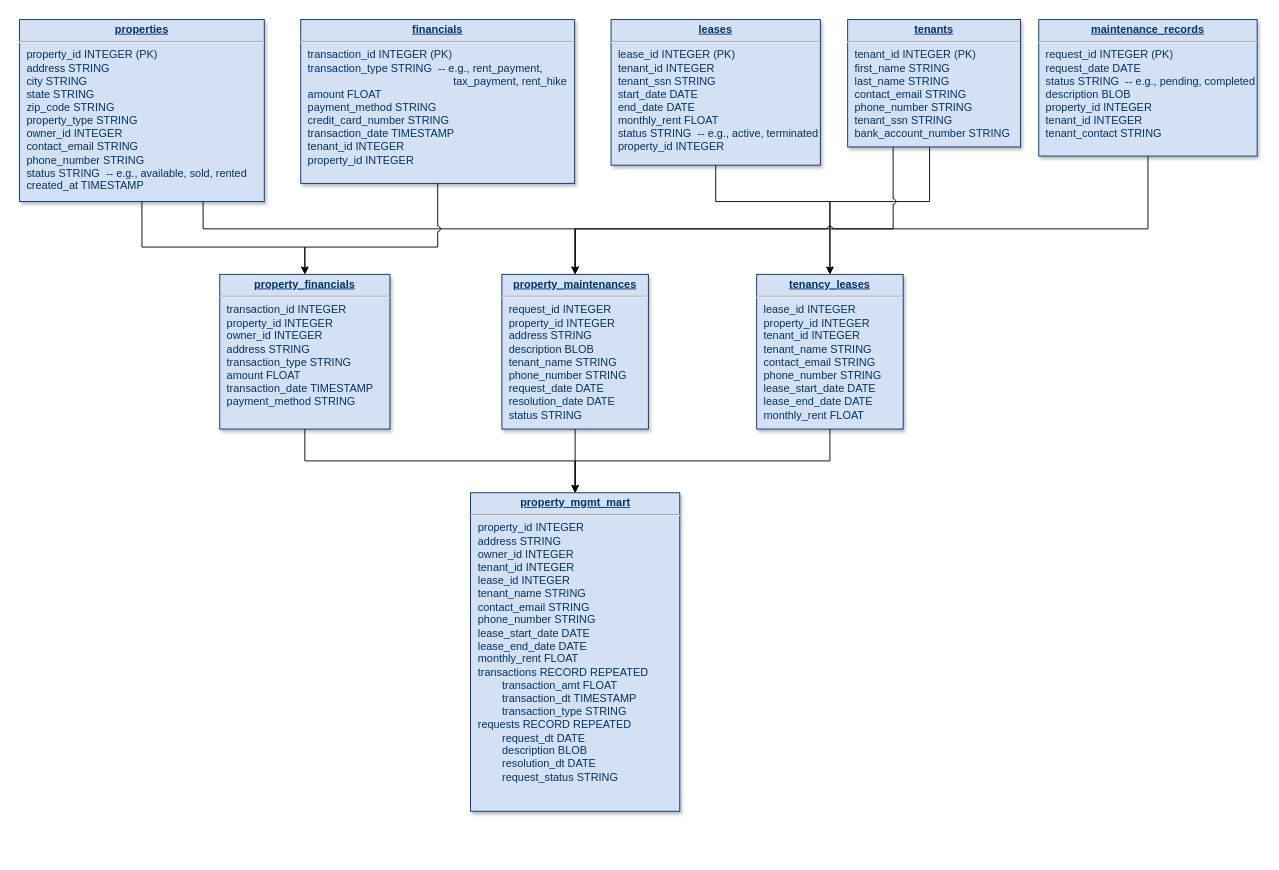
harshaldharme/ProjectSpaces keeps this draw.io diagram as PFP-Sample/PFP-Data-Model.drawio. Above is the earlier version. Source tidied: cells renumbered, new cells numbered last; positions are measured from the earlier drawing's top-left corner, leaving out a move shared by most shapes. Both pictures are drawn from the tidied source at 91%, with x=0, y=0 at pixel (19, 19).
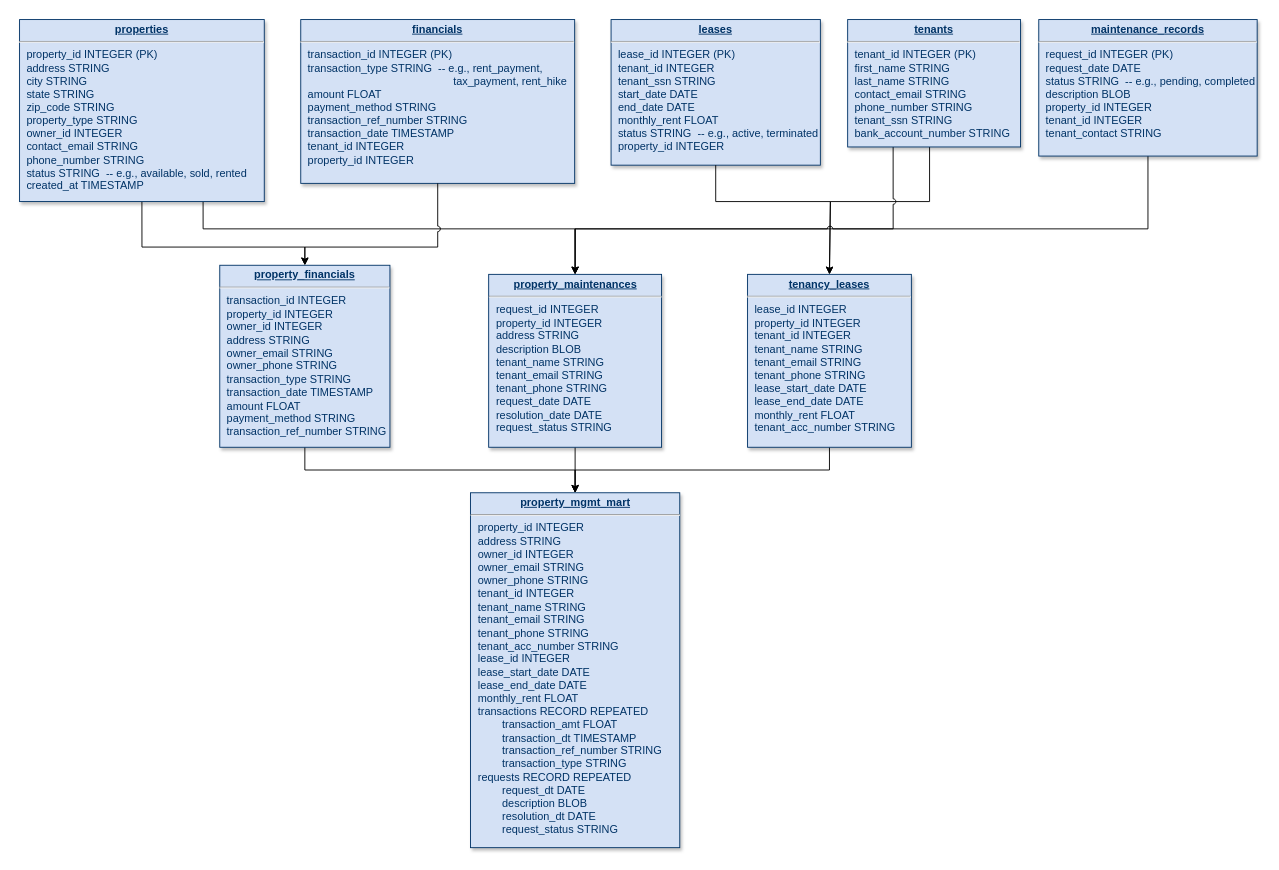
The same page after the edit.

The edit, as a diff of the source:
```diff
@@
-    <mxCell id="9" value="&lt;p style=&quot;margin: 0px; margin-top: 4px; text-align: center; text-decoration: underline;&quot;&gt;&lt;b&gt;financials&lt;/b&gt;&lt;/p&gt;&lt;hr&gt;&lt;p style=&quot;margin: 0px; margin-left: 8px;&quot;&gt;transaction_id INTEGER (PK)&lt;/p&gt;&lt;p style=&quot;margin: 0px; margin-left: 8px;&quot;&gt;transaction_type STRING&amp;nbsp; -- e.g., rent_payment,&amp;nbsp;&lt;/p&gt;&lt;p style=&quot;margin: 0px; margin-left: 8px;&quot;&gt;&lt;span style=&quot;white-space: pre;&quot;&gt;&#9;&lt;/span&gt;&lt;span style=&quot;white-space: pre;&quot;&gt;&#9;&lt;/span&gt;&lt;span style=&quot;white-space: pre;&quot;&gt;&#9;&lt;/span&gt;&lt;span style=&quot;white-space: pre;&quot;&gt;&#9;&lt;/span&gt;&lt;span style=&quot;white-space: pre;&quot;&gt;&#9;&lt;span style=&quot;white-space: pre;&quot;&gt;&#9;&lt;/span&gt;&lt;/span&gt;tax_payment, rent_hike&lt;/p&gt;&lt;p style=&quot;margin: 0px; margin-left: 8px;&quot;&gt;amount FLOAT&lt;/p&gt;&lt;p style=&quot;margin: 0px; margin-left: 8px;&quot;&gt;payment_method STRING&lt;/p&gt;&lt;p style=&quot;margin: 0px; margin-left: 8px;&quot;&gt;credit_card_number STRING&lt;/p&gt;&lt;p style=&quot;margin: 0px; margin-left: 8px;&quot;&gt;transaction_date TIMESTAMP&lt;/p&gt;&lt;p style=&quot;margin: 0px; margin-left: 8px;&quot;&gt;tenant_id INTEGER&lt;/p&gt;&lt;p style=&quot;margin: 0px; margin-left: 8px;&quot;&gt;property_id INTEGER&lt;/p&gt;&lt;div&gt;&lt;br&gt;&lt;/div&gt;" style="verticalAlign=top;align=left;overflow=fill;fontSize=12;fontFamily=Helvetica;html=1;strokeColor=#003366;shadow=1;fillColor=#D4E1F5;fontColor=#003366;" parent="1" vertex="1">
+    <mxCell id="9" value="&lt;p style=&quot;margin: 0px; margin-top: 4px; text-align: center; text-decoration: underline;&quot;&gt;&lt;b&gt;financials&lt;/b&gt;&lt;/p&gt;&lt;hr&gt;&lt;p style=&quot;margin: 0px; margin-left: 8px;&quot;&gt;transaction_id INTEGER (PK)&lt;/p&gt;&lt;p style=&quot;margin: 0px; margin-left: 8px;&quot;&gt;transaction_type STRING&amp;nbsp; -- e.g., rent_payment,&amp;nbsp;&lt;/p&gt;&lt;p style=&quot;margin: 0px; margin-left: 8px;&quot;&gt;&lt;span style=&quot;white-space: pre;&quot;&gt;&#9;&lt;/span&gt;&lt;span style=&quot;white-space: pre;&quot;&gt;&#9;&lt;/span&gt;&lt;span style=&quot;white-space: pre;&quot;&gt;&#9;&lt;/span&gt;&lt;span style=&quot;white-space: pre;&quot;&gt;&#9;&lt;/span&gt;&lt;span style=&quot;white-space: pre;&quot;&gt;&#9;&lt;span style=&quot;white-space: pre;&quot;&gt;&#9;&lt;/span&gt;&lt;/span&gt;tax_payment, rent_hike&lt;/p&gt;&lt;p style=&quot;margin: 0px; margin-left: 8px;&quot;&gt;amount FLOAT&lt;/p&gt;&lt;p style=&quot;margin: 0px; margin-left: 8px;&quot;&gt;payment_method STRING&lt;/p&gt;&lt;p style=&quot;margin: 0px; margin-left: 8px;&quot;&gt;transaction_ref_number STRING&lt;/p&gt;&lt;p style=&quot;margin: 0px; margin-left: 8px;&quot;&gt;transaction_date TIMESTAMP&lt;/p&gt;&lt;p style=&quot;margin: 0px; margin-left: 8px;&quot;&gt;tenant_id INTEGER&lt;/p&gt;&lt;p style=&quot;margin: 0px; margin-left: 8px;&quot;&gt;property_id INTEGER&lt;/p&gt;&lt;div&gt;&lt;br&gt;&lt;/div&gt;" style="verticalAlign=top;align=left;overflow=fill;fontSize=12;fontFamily=Helvetica;html=1;strokeColor=#003366;shadow=1;fillColor=#D4E1F5;fontColor=#003366;" parent="1" vertex="1">
       <mxGeometry x="309" width="301" height="180" as="geometry" />
     </mxCell>
@@
-    <mxCell id="13" value="&lt;p style=&quot;margin: 0px; margin-top: 4px; text-align: center; text-decoration: underline;&quot;&gt;&lt;b&gt;property_financials&lt;/b&gt;&lt;/p&gt;&lt;hr&gt;&lt;p style=&quot;margin: 0px; margin-left: 8px;&quot;&gt;&lt;span style=&quot;background-color: initial;&quot;&gt;transaction_id INTEGER&lt;/span&gt;&lt;/p&gt;&lt;p style=&quot;margin: 0px; margin-left: 8px;&quot;&gt;property_id INTEGER&lt;/p&gt;&lt;p style=&quot;margin: 0px; margin-left: 8px;&quot;&gt;owner_id INTEGER&lt;/p&gt;&lt;p style=&quot;margin: 0px; margin-left: 8px;&quot;&gt;address STRING&lt;/p&gt;&lt;p style=&quot;margin: 0px; margin-left: 8px;&quot;&gt;&lt;span style=&quot;background-color: initial;&quot;&gt;transaction_type STRING&lt;/span&gt;&lt;/p&gt;&lt;p style=&quot;margin: 0px; margin-left: 8px;&quot;&gt;amount FLOAT&lt;/p&gt;&lt;p style=&quot;margin: 0px; margin-left: 8px;&quot;&gt;transaction_date TIMESTAMP&lt;/p&gt;&lt;p style=&quot;margin: 0px; margin-left: 8px;&quot;&gt;payment_method STRING&lt;/p&gt;" style="verticalAlign=top;align=left;overflow=fill;fontSize=12;fontFamily=Helvetica;html=1;strokeColor=#003366;shadow=1;fillColor=#D4E1F5;fontColor=#003366;" parent="1" vertex="1">
-      <mxGeometry x="220" y="280" width="187" height="170" as="geometry" />
+    <mxCell id="13" value="&lt;p style=&quot;margin: 0px; margin-top: 4px; text-align: center; text-decoration: underline;&quot;&gt;&lt;b&gt;property_financials&lt;/b&gt;&lt;/p&gt;&lt;hr&gt;&lt;p style=&quot;margin: 0px; margin-left: 8px;&quot;&gt;&lt;span style=&quot;background-color: initial;&quot;&gt;transaction_id INTEGER&lt;/span&gt;&lt;/p&gt;&lt;p style=&quot;margin: 0px; margin-left: 8px;&quot;&gt;property_id INTEGER&lt;/p&gt;&lt;p style=&quot;margin: 0px; margin-left: 8px;&quot;&gt;owner_id INTEGER&lt;/p&gt;&lt;p style=&quot;margin: 0px; margin-left: 8px;&quot;&gt;address STRING&lt;/p&gt;&lt;p style=&quot;margin: 0px; margin-left: 8px;&quot;&gt;owner_email STRING&lt;br&gt;owner_phone STRING&lt;/p&gt;&lt;p style=&quot;margin: 0px; margin-left: 8px;&quot;&gt;&lt;span style=&quot;background-color: initial;&quot;&gt;transaction_type STRING&lt;/span&gt;&lt;/p&gt;&lt;p style=&quot;margin: 0px; margin-left: 8px;&quot;&gt;&lt;span style=&quot;background-color: initial;&quot;&gt;transaction_date TIMESTAMP&lt;/span&gt;&lt;/p&gt;&lt;p style=&quot;margin: 0px 0px 0px 8px;&quot;&gt;amount FLOAT&lt;/p&gt;&lt;p style=&quot;margin: 0px; margin-left: 8px;&quot;&gt;payment_method STRING&lt;br&gt;transaction_ref_number&amp;nbsp;STRING&lt;/p&gt;" style="verticalAlign=top;align=left;overflow=fill;fontSize=12;fontFamily=Helvetica;html=1;strokeColor=#003366;shadow=1;fillColor=#D4E1F5;fontColor=#003366;" parent="1" vertex="1">
+      <mxGeometry x="220" y="270" width="187" height="200" as="geometry" />
     </mxCell>
@@
-    <mxCell id="16" value="&lt;p style=&quot;margin: 0px; margin-top: 4px; text-align: center; text-decoration: underline;&quot;&gt;&lt;b&gt;tenancy_leases&lt;/b&gt;&lt;/p&gt;&lt;hr&gt;&lt;p style=&quot;margin: 0px; margin-left: 8px;&quot;&gt;lease_id INTEGER&lt;/p&gt;&lt;p style=&quot;margin: 0px; margin-left: 8px;&quot;&gt;property_id INTEGER&lt;/p&gt;&lt;p style=&quot;margin: 0px; margin-left: 8px;&quot;&gt;tenant_id INTEGER&lt;/p&gt;&lt;p style=&quot;margin: 0px; margin-left: 8px;&quot;&gt;&lt;span style=&quot;background-color: initial;&quot;&gt;tenant_name STRING&lt;/span&gt;&lt;/p&gt;&lt;p style=&quot;margin: 0px; margin-left: 8px;&quot;&gt;contact_email STRING&lt;/p&gt;&lt;p style=&quot;margin: 0px; margin-left: 8px;&quot;&gt;phone_number STRING&lt;/p&gt;&lt;p style=&quot;margin: 0px; margin-left: 8px;&quot;&gt;lease_start_date DATE&lt;/p&gt;&lt;p style=&quot;margin: 0px; margin-left: 8px;&quot;&gt;lease_end_date DATE&lt;/p&gt;&lt;p style=&quot;margin: 0px; margin-left: 8px;&quot;&gt;monthly_rent FLOAT&lt;/p&gt;" style="verticalAlign=top;align=left;overflow=fill;fontSize=12;fontFamily=Helvetica;html=1;strokeColor=#003366;shadow=1;fillColor=#D4E1F5;fontColor=#003366;" parent="1" vertex="1">
-      <mxGeometry x="810" y="280" width="161" height="170" as="geometry" />
+    <mxCell id="16" value="&lt;p style=&quot;margin: 0px; margin-top: 4px; text-align: center; text-decoration: underline;&quot;&gt;&lt;b&gt;tenancy_leases&lt;/b&gt;&lt;/p&gt;&lt;hr&gt;&lt;p style=&quot;margin: 0px; margin-left: 8px;&quot;&gt;lease_id INTEGER&lt;/p&gt;&lt;p style=&quot;margin: 0px; margin-left: 8px;&quot;&gt;property_id INTEGER&lt;/p&gt;&lt;p style=&quot;margin: 0px; margin-left: 8px;&quot;&gt;tenant_id INTEGER&lt;/p&gt;&lt;p style=&quot;margin: 0px; margin-left: 8px;&quot;&gt;&lt;span style=&quot;background-color: initial;&quot;&gt;tenant_name STRING&lt;/span&gt;&lt;/p&gt;&lt;p style=&quot;margin: 0px; margin-left: 8px;&quot;&gt;tenant_email STRING&lt;/p&gt;&lt;p style=&quot;margin: 0px; margin-left: 8px;&quot;&gt;tenant_phone STRING&lt;/p&gt;&lt;p style=&quot;margin: 0px; margin-left: 8px;&quot;&gt;lease_start_date DATE&lt;/p&gt;&lt;p style=&quot;margin: 0px; margin-left: 8px;&quot;&gt;lease_end_date DATE&lt;/p&gt;&lt;p style=&quot;margin: 0px; margin-left: 8px;&quot;&gt;monthly_rent FLOAT&lt;br&gt;tenant_acc_number STRING&lt;/p&gt;" style="verticalAlign=top;align=left;overflow=fill;fontSize=12;fontFamily=Helvetica;html=1;strokeColor=#003366;shadow=1;fillColor=#D4E1F5;fontColor=#003366;" parent="1" vertex="1">
+      <mxGeometry x="800" y="280" width="180" height="190" as="geometry" />
     </mxCell>
@@
-    <mxCell id="19" value="&lt;p style=&quot;margin: 0px; margin-top: 4px; text-align: center; text-decoration: underline;&quot;&gt;&lt;b&gt;property_maintenances&lt;/b&gt;&lt;/p&gt;&lt;hr&gt;&lt;p style=&quot;margin: 0px; margin-left: 8px;&quot;&gt;request_id INTEGER&lt;/p&gt;&lt;p style=&quot;margin: 0px; margin-left: 8px;&quot;&gt;property_id INTEGER&lt;/p&gt;&lt;p style=&quot;margin: 0px; margin-left: 8px;&quot;&gt;address STRING&lt;/p&gt;&lt;p style=&quot;margin: 0px; margin-left: 8px;&quot;&gt;description BLOB&lt;/p&gt;&lt;p style=&quot;margin: 0px; margin-left: 8px;&quot;&gt;tenant_name STRING&lt;/p&gt;&lt;p style=&quot;margin: 0px; margin-left: 8px;&quot;&gt;phone_number STRING&lt;/p&gt;&lt;p style=&quot;margin: 0px; margin-left: 8px;&quot;&gt;request_date DATE&lt;/p&gt;&lt;p style=&quot;margin: 0px; margin-left: 8px;&quot;&gt;&lt;span style=&quot;background-color: initial;&quot;&gt;resolution_date DATE&lt;/span&gt;&lt;/p&gt;&lt;p style=&quot;margin: 0px; margin-left: 8px;&quot;&gt;status STRING&lt;/p&gt;&lt;p style=&quot;margin: 0px; margin-left: 8px;&quot;&gt;&lt;br&gt;&lt;/p&gt;" style="verticalAlign=top;align=left;overflow=fill;fontSize=12;fontFamily=Helvetica;html=1;strokeColor=#003366;shadow=1;fillColor=#D4E1F5;fontColor=#003366;" parent="1" vertex="1">
-      <mxGeometry x="530" y="280" width="161" height="170" as="geometry" />
+    <mxCell id="19" value="&lt;p style=&quot;margin: 0px; margin-top: 4px; text-align: center; text-decoration: underline;&quot;&gt;&lt;b&gt;property_maintenances&lt;/b&gt;&lt;/p&gt;&lt;hr&gt;&lt;p style=&quot;margin: 0px; margin-left: 8px;&quot;&gt;request_id INTEGER&lt;/p&gt;&lt;p style=&quot;margin: 0px; margin-left: 8px;&quot;&gt;property_id INTEGER&lt;/p&gt;&lt;p style=&quot;margin: 0px; margin-left: 8px;&quot;&gt;address STRING&lt;/p&gt;&lt;p style=&quot;margin: 0px; margin-left: 8px;&quot;&gt;description BLOB&lt;/p&gt;&lt;p style=&quot;margin: 0px; margin-left: 8px;&quot;&gt;tenant_name STRING&lt;br&gt;tenant_email STRING&lt;/p&gt;&lt;p style=&quot;margin: 0px; margin-left: 8px;&quot;&gt;tenant_phone STRING&lt;/p&gt;&lt;p style=&quot;margin: 0px; margin-left: 8px;&quot;&gt;request_date DATE&lt;/p&gt;&lt;p style=&quot;margin: 0px; margin-left: 8px;&quot;&gt;&lt;span style=&quot;background-color: initial;&quot;&gt;resolution_date DATE&lt;/span&gt;&lt;/p&gt;&lt;p style=&quot;margin: 0px; margin-left: 8px;&quot;&gt;request_status STRING&lt;/p&gt;&lt;p style=&quot;margin: 0px; margin-left: 8px;&quot;&gt;&lt;br&gt;&lt;/p&gt;" style="verticalAlign=top;align=left;overflow=fill;fontSize=12;fontFamily=Helvetica;html=1;strokeColor=#003366;shadow=1;fillColor=#D4E1F5;fontColor=#003366;" parent="1" vertex="1">
+      <mxGeometry x="515.5" y="280" width="190" height="190" as="geometry" />
     </mxCell>
-    <mxCell id="20" value="&lt;p style=&quot;margin: 0px; margin-top: 4px; text-align: center; text-decoration: underline;&quot;&gt;&lt;b&gt;property_mgmt_mart&lt;/b&gt;&lt;/p&gt;&lt;hr&gt;&lt;p style=&quot;margin: 0px 0px 0px 8px;&quot;&gt;&lt;span style=&quot;background-color: initial;&quot;&gt;property_id INTEGER&lt;/span&gt;&lt;/p&gt;&lt;p style=&quot;margin: 0px 0px 0px 8px;&quot;&gt;address STRING&lt;/p&gt;&lt;p style=&quot;margin: 0px 0px 0px 8px;&quot;&gt;owner_id INTEGER&lt;/p&gt;&lt;p style=&quot;margin: 0px 0px 0px 8px;&quot;&gt;tenant_id INTEGER&lt;/p&gt;&lt;p style=&quot;margin: 0px 0px 0px 8px;&quot;&gt;&lt;span style=&quot;background-color: initial;&quot;&gt;lease_id INTEGER&lt;/span&gt;&lt;/p&gt;&lt;p style=&quot;margin: 0px 0px 0px 8px;&quot;&gt;&lt;span style=&quot;background-color: initial;&quot;&gt;tenant_name STRING&lt;/span&gt;&lt;/p&gt;&lt;p style=&quot;margin: 0px 0px 0px 8px;&quot;&gt;contact_email STRING&lt;/p&gt;&lt;p style=&quot;margin: 0px 0px 0px 8px;&quot;&gt;phone_number STRING&lt;/p&gt;&lt;p style=&quot;margin: 0px 0px 0px 8px;&quot;&gt;&lt;span style=&quot;background-color: initial;&quot;&gt;lease_start_date DATE&lt;/span&gt;&lt;/p&gt;&lt;p style=&quot;margin: 0px 0px 0px 8px;&quot;&gt;lease_end_date DATE&lt;/p&gt;&lt;p style=&quot;margin: 0px 0px 0px 8px;&quot;&gt;monthly_rent FLOAT&lt;/p&gt;&lt;p style=&quot;margin: 0px 0px 0px 8px;&quot;&gt;transactions RECORD REPEATED&lt;/p&gt;&lt;p style=&quot;margin: 0px 0px 0px 8px;&quot;&gt;&lt;span style=&quot;white-space: pre;&quot;&gt;&#9;&lt;/span&gt;transaction_amt FLOAT&lt;br&gt;&lt;/p&gt;&lt;p style=&quot;margin: 0px 0px 0px 8px;&quot;&gt;&lt;span style=&quot;white-space: pre;&quot;&gt;&#9;&lt;/span&gt;transaction_dt TIMESTAMP&lt;br&gt;&lt;/p&gt;&lt;p style=&quot;margin: 0px 0px 0px 8px;&quot;&gt;&lt;span style=&quot;white-space: pre;&quot;&gt;&#9;&lt;/span&gt;transaction_type STRING&lt;br&gt;&lt;/p&gt;&lt;p style=&quot;margin: 0px 0px 0px 8px;&quot;&gt;&lt;span style=&quot;background-color: initial;&quot;&gt;requests RECORD REPEATED&lt;br&gt;&lt;span style=&quot;white-space: pre;&quot;&gt;&lt;span style=&quot;white-space: pre;&quot;&gt;&#9;&lt;/span&gt;request_dt DATE&lt;/span&gt;&lt;/span&gt;&lt;/p&gt;&lt;p style=&quot;margin: 0px 0px 0px 8px;&quot;&gt;&lt;span style=&quot;background-color: initial;&quot;&gt;&lt;span style=&quot;white-space: pre;&quot;&gt;&lt;span style=&quot;white-space: pre;&quot;&gt;&#9;&lt;/span&gt;description BLOB&lt;br&gt;&lt;/span&gt;&lt;/span&gt;&lt;/p&gt;&lt;p style=&quot;margin: 0px 0px 0px 8px;&quot;&gt;&lt;span style=&quot;background-color: initial;&quot;&gt;&lt;span style=&quot;white-space: pre;&quot;&gt;&lt;span style=&quot;white-space: pre;&quot;&gt;&#9;&lt;/span&gt;resolution_dt DATE&lt;/span&gt;&lt;/span&gt;&lt;/p&gt;&lt;p style=&quot;margin: 0px 0px 0px 8px;&quot;&gt;&lt;span style=&quot;background-color: initial;&quot;&gt;&lt;span style=&quot;white-space: pre;&quot;&gt;&lt;span style=&quot;white-space: pre;&quot;&gt;&#9;&lt;/span&gt;request_status STRING&lt;/span&gt;&lt;br&gt;&lt;/span&gt;&lt;/p&gt;" style="verticalAlign=top;align=left;overflow=fill;fontSize=12;fontFamily=Helvetica;html=1;strokeColor=#003366;shadow=1;fillColor=#D4E1F5;fontColor=#003366;" parent="1" vertex="1">
-      <mxGeometry x="495.5" y="520" width="230" height="350" as="geometry" />
+    <mxCell id="20" value="&lt;p style=&quot;margin: 0px; margin-top: 4px; text-align: center; text-decoration: underline;&quot;&gt;&lt;b&gt;property_mgmt_mart&lt;/b&gt;&lt;/p&gt;&lt;hr&gt;&lt;p style=&quot;margin: 0px 0px 0px 8px;&quot;&gt;&lt;span style=&quot;background-color: initial;&quot;&gt;property_id INTEGER&lt;/span&gt;&lt;/p&gt;&lt;p style=&quot;margin: 0px 0px 0px 8px;&quot;&gt;address STRING&lt;/p&gt;&lt;p style=&quot;margin: 0px 0px 0px 8px;&quot;&gt;&lt;span style=&quot;background-color: initial;&quot;&gt;owner_id INTEGER&lt;/span&gt;&lt;/p&gt;&lt;p style=&quot;margin: 0px 0px 0px 8px;&quot;&gt;owner_email STRING&lt;/p&gt;&lt;p style=&quot;margin: 0px 0px 0px 8px;&quot;&gt;owner_phone STRING&lt;/p&gt;&lt;p style=&quot;margin: 0px 0px 0px 8px;&quot;&gt;tenant_id INTEGER&lt;/p&gt;&lt;p style=&quot;margin: 0px 0px 0px 8px;&quot;&gt;&lt;span style=&quot;background-color: initial;&quot;&gt;tenant_name STRING&lt;/span&gt;&lt;/p&gt;&lt;p style=&quot;margin: 0px 0px 0px 8px;&quot;&gt;tenant_email STRING&lt;/p&gt;&lt;p style=&quot;margin: 0px 0px 0px 8px;&quot;&gt;&lt;span style=&quot;background-color: initial;&quot;&gt;tenant_phone STRING&lt;/span&gt;&lt;/p&gt;&lt;p style=&quot;margin: 0px 0px 0px 8px;&quot;&gt;tenant_acc_number STRING&lt;/p&gt;&lt;p style=&quot;margin: 0px 0px 0px 8px;&quot;&gt;&lt;span style=&quot;background-color: initial;&quot;&gt;lease_id INTEGER&lt;/span&gt;&lt;/p&gt;&lt;p style=&quot;margin: 0px 0px 0px 8px;&quot;&gt;&lt;span style=&quot;background-color: initial;&quot;&gt;lease_start_date DATE&lt;/span&gt;&lt;/p&gt;&lt;p style=&quot;margin: 0px 0px 0px 8px;&quot;&gt;lease_end_date DATE&lt;/p&gt;&lt;p style=&quot;margin: 0px 0px 0px 8px;&quot;&gt;monthly_rent FLOAT&lt;/p&gt;&lt;p style=&quot;margin: 0px 0px 0px 8px;&quot;&gt;transactions RECORD REPEATED&lt;/p&gt;&lt;p style=&quot;margin: 0px 0px 0px 8px;&quot;&gt;&lt;span style=&quot;white-space: pre;&quot;&gt;&#9;&lt;/span&gt;transaction_amt FLOAT&lt;br&gt;&lt;/p&gt;&lt;p style=&quot;margin: 0px 0px 0px 8px;&quot;&gt;&lt;span style=&quot;white-space: pre;&quot;&gt;&#9;&lt;/span&gt;transaction_dt TIMESTAMP&lt;/p&gt;&lt;p style=&quot;margin: 0px 0px 0px 8px;&quot;&gt;&lt;span style=&quot;white-space: pre;&quot;&gt;&#9;&lt;/span&gt;&lt;span style=&quot;background-color: initial;&quot;&gt;transaction_ref_number STRING&lt;/span&gt;&lt;br&gt;&lt;/p&gt;&lt;p style=&quot;margin: 0px 0px 0px 8px;&quot;&gt;&lt;span style=&quot;white-space: pre;&quot;&gt;&#9;&lt;/span&gt;transaction_type STRING&lt;br&gt;&lt;/p&gt;&lt;p style=&quot;margin: 0px 0px 0px 8px;&quot;&gt;&lt;span style=&quot;background-color: initial;&quot;&gt;requests RECORD REPEATED&lt;br&gt;&lt;span style=&quot;white-space: pre;&quot;&gt;&lt;span style=&quot;white-space: pre;&quot;&gt;&#9;&lt;/span&gt;request_dt DATE&lt;/span&gt;&lt;/span&gt;&lt;/p&gt;&lt;p style=&quot;margin: 0px 0px 0px 8px;&quot;&gt;&lt;span style=&quot;background-color: initial;&quot;&gt;&lt;span style=&quot;white-space: pre;&quot;&gt;&lt;span style=&quot;white-space: pre;&quot;&gt;&#9;&lt;/span&gt;description BLOB&lt;br&gt;&lt;/span&gt;&lt;/span&gt;&lt;/p&gt;&lt;p style=&quot;margin: 0px 0px 0px 8px;&quot;&gt;&lt;span style=&quot;background-color: initial;&quot;&gt;&lt;span style=&quot;white-space: pre;&quot;&gt;&lt;span style=&quot;white-space: pre;&quot;&gt;&#9;&lt;/span&gt;resolution_dt DATE&lt;/span&gt;&lt;/span&gt;&lt;/p&gt;&lt;p style=&quot;margin: 0px 0px 0px 8px;&quot;&gt;&lt;span style=&quot;background-color: initial;&quot;&gt;&lt;span style=&quot;white-space: pre;&quot;&gt;&lt;span style=&quot;white-space: pre;&quot;&gt;&#9;&lt;/span&gt;request_status STRING&lt;/span&gt;&lt;br&gt;&lt;/span&gt;&lt;/p&gt;" style="verticalAlign=top;align=left;overflow=fill;fontSize=12;fontFamily=Helvetica;html=1;strokeColor=#003366;shadow=1;fillColor=#D4E1F5;fontColor=#003366;" parent="1" vertex="1">
+      <mxGeometry x="495.5" y="520" width="230" height="390" as="geometry" />
     </mxCell>
```
